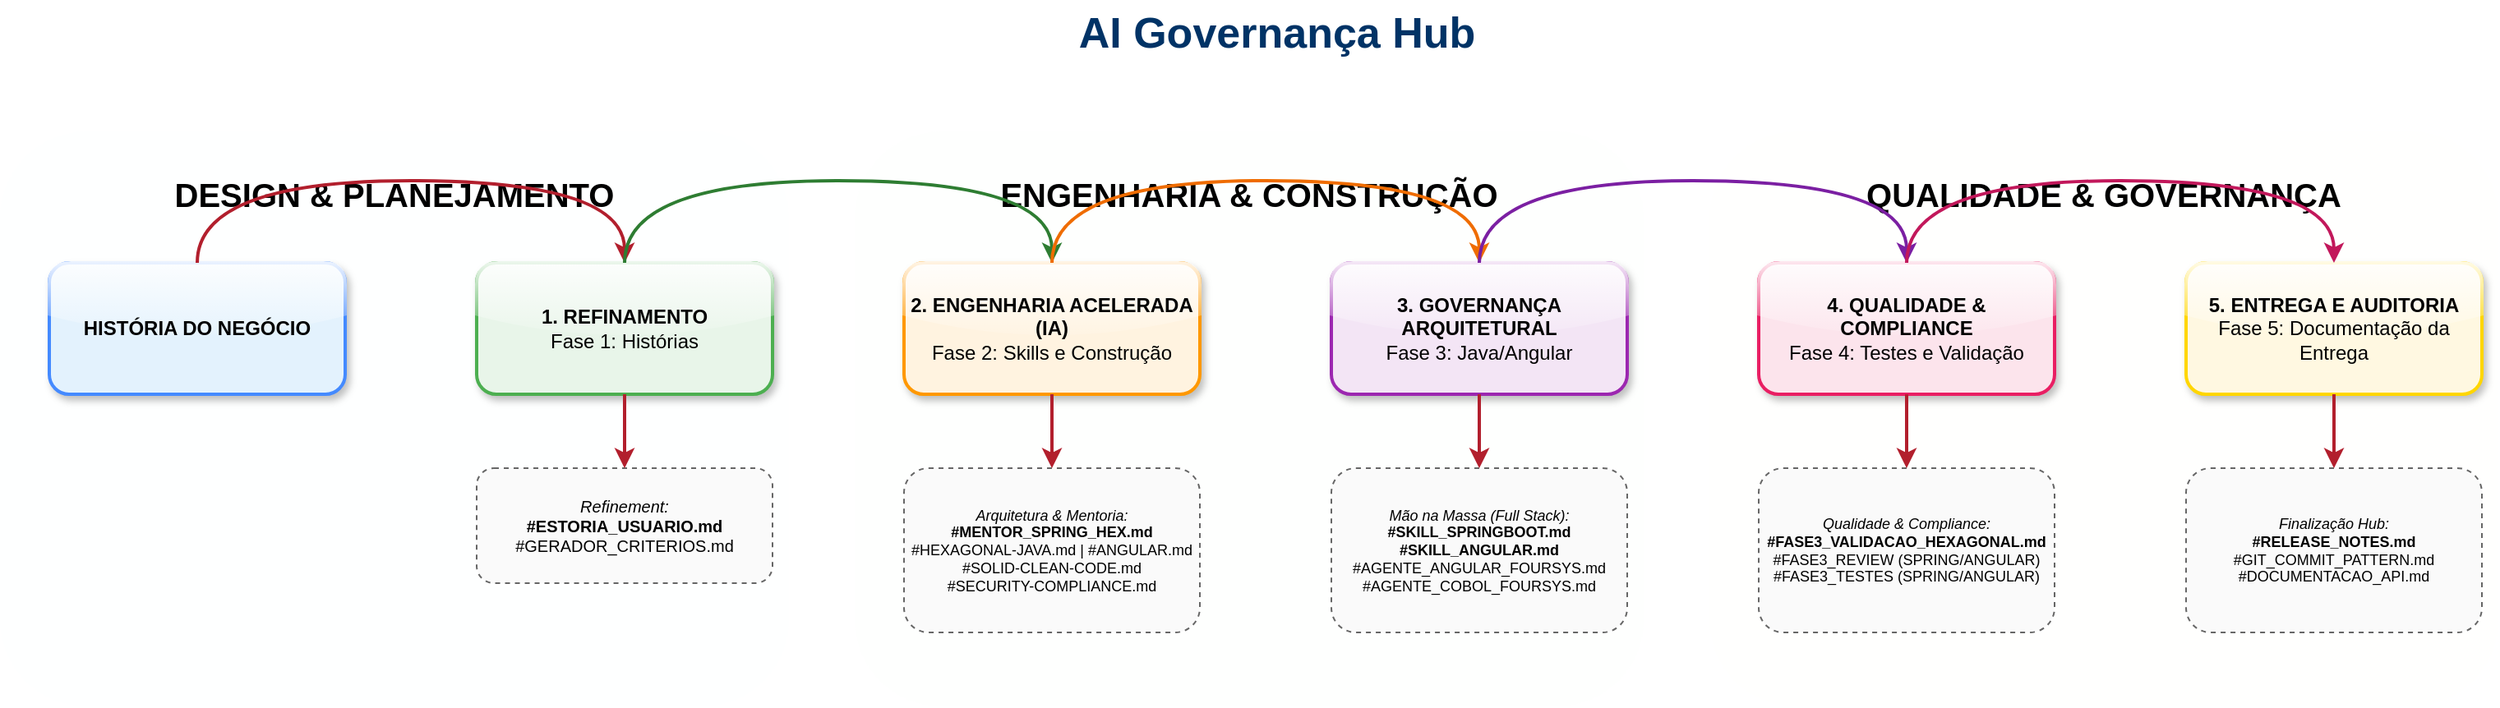
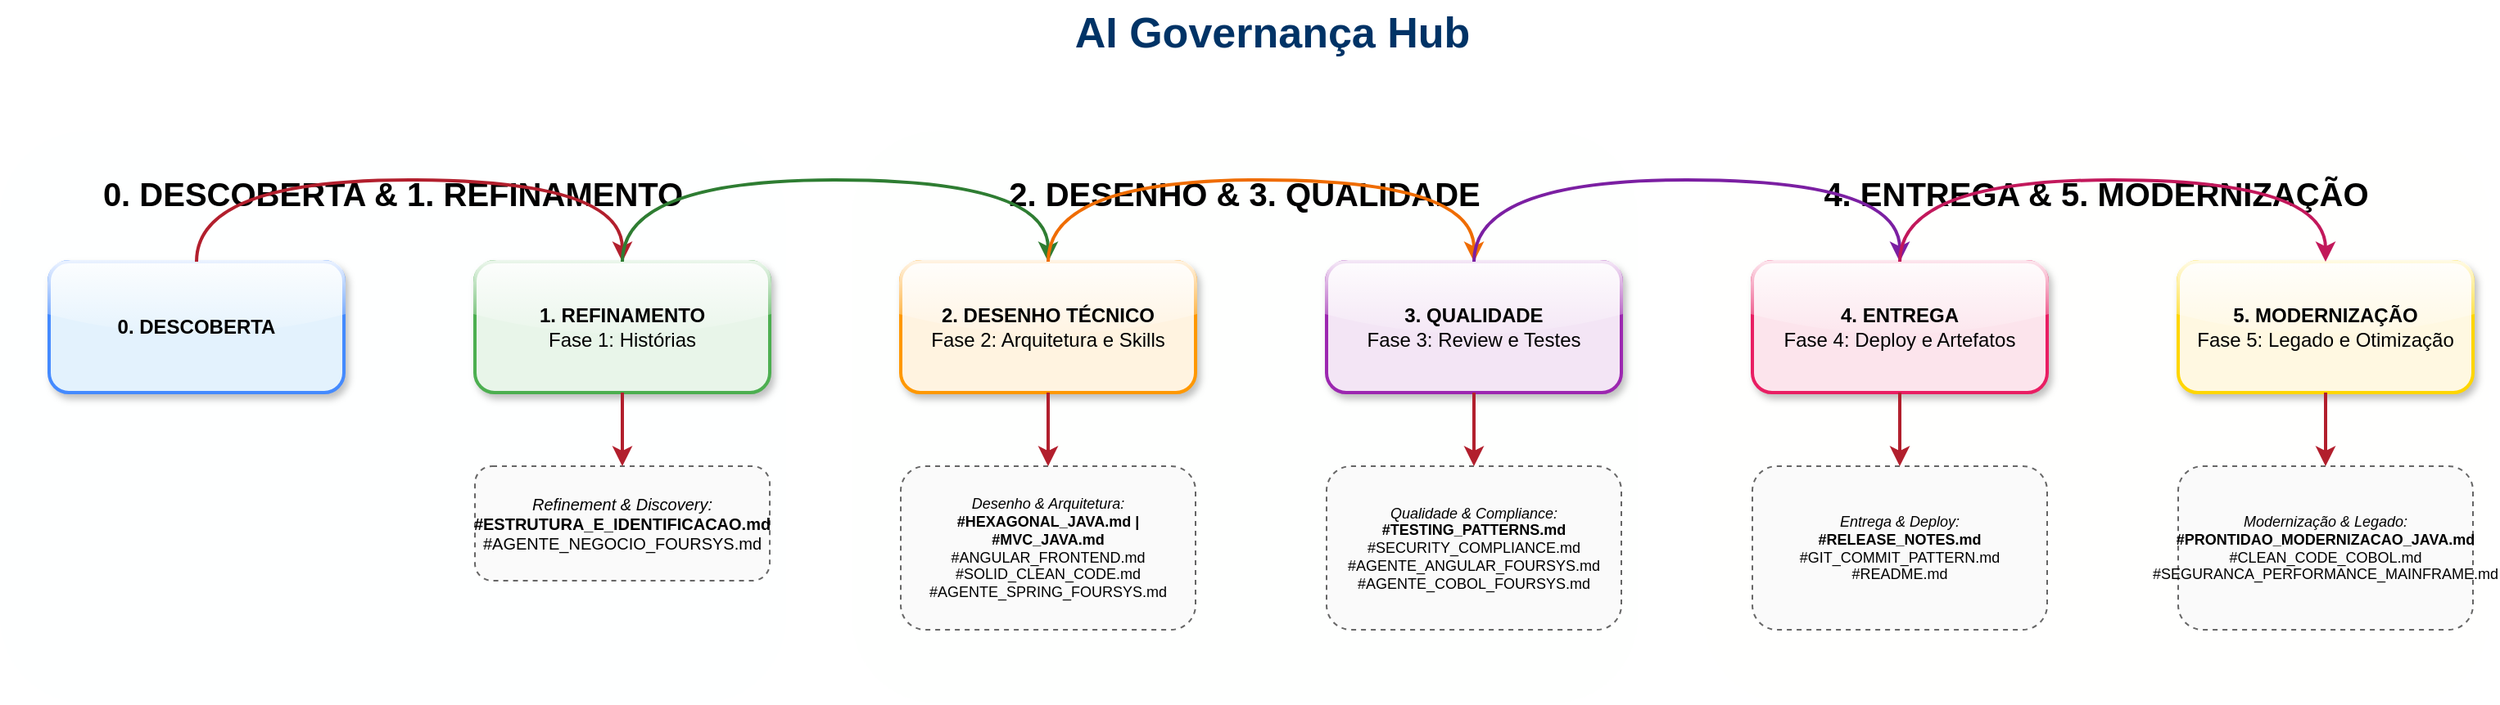
- ﻿<mxfile host="Electron" version="21.6.8" type="device">
+ <mxfile host="Electron" version="21.6.8" type="device">
  <diagram id="fluxo-enterprise-v1-2" name="Esteira Enterprise Alta Fidelidade">
    <mxGraphModel dx="1422" dy="794" grid="1" gridSize="10" guides="1" tooltips="1" connect="1" arrows="1" fold="1" page="1" pageScale="1" pageWidth="1654" pageHeight="1169" math="0" shadow="0">
      <root>
        <mxCell id="0" />
        <mxCell id="1" parent="0" />

        <!-- Título Corporativo -->
        <mxCell id="title" value="AI Governança Hub" style="text;html=1;strokeColor=none;fillColor=none;align=center;verticalAlign=middle;whiteSpace=wrap;rounded=0;fontSize=26;fontStyle=1;fontColor=#003366;" vertex="1" parent="1">
          <mxGeometry x="527" y="40" width="600" height="40" as="geometry" />
        </mxCell>

        <!-- ZONAS DE WORKFLOW (SWIMLANES DE FUNDO) -->
-         <mxCell id="zone1" value="DESIGN &amp; PLANEJAMENTO" style="rounded=1;whiteSpace=wrap;html=1;fillColor=#E3F2FD;strokeColor=none;opacity=5;fontSize=20;fontStyle=1;align=center;verticalAlign=top;spacingTop=20;" vertex="1" parent="1">
+         <mxCell id="zone1" value="0. DESCOBERTA &amp;amp; 1. REFINAMENTO" style="rounded=1;whiteSpace=wrap;html=1;fillColor=#E3F2FD;strokeColor=none;opacity=5;fontSize=20;fontStyle=1;align=center;verticalAlign=top;spacingTop=20;" vertex="1" parent="1">
          <mxGeometry x="50" y="120" width="480" height="350" as="geometry" />
        </mxCell>
-         <mxCell id="zone2" value="ENGENHARIA &amp; CONSTRUÇÃO" style="rounded=1;whiteSpace=wrap;html=1;fillColor=#E8F5E9;strokeColor=none;opacity=5;fontSize=20;fontStyle=1;align=center;verticalAlign=top;spacingTop=20;" vertex="1" parent="1">
+         <mxCell id="zone2" value="2. DESENHO &amp;amp; 3. QUALIDADE" style="rounded=1;whiteSpace=wrap;html=1;fillColor=#E8F5E9;strokeColor=none;opacity=5;fontSize=20;fontStyle=1;align=center;verticalAlign=top;spacingTop=20;" vertex="1" parent="1">
          <mxGeometry x="570" y="120" width="480" height="350" as="geometry" />
        </mxCell>
-         <mxCell id="zone3" value="QUALIDADE &amp; GOVERNANÇA" style="rounded=1;whiteSpace=wrap;html=1;fillColor=#FFF3E0;strokeColor=none;opacity=5;fontSize=20;fontStyle=1;align=center;verticalAlign=top;spacingTop=20;" vertex="1" parent="1">
+         <mxCell id="zone3" value="4. ENTREGA &amp;amp; 5. MODERNIZAÇÃO" style="rounded=1;whiteSpace=wrap;html=1;fillColor=#FFF3E0;strokeColor=none;opacity=5;fontSize=20;fontStyle=1;align=center;verticalAlign=top;spacingTop=20;" vertex="1" parent="1">
          <mxGeometry x="1090" y="120" width="480" height="350" as="geometry" />
        </mxCell>

        <!-- CAMADA 1: ETAPAS PRINCIPAIS -->
-         <mxCell id="step1" value="&lt;b&gt;HISTÓRIA DO NEGÓCIO&lt;/b&gt;" style="rounded=1;whiteSpace=wrap;html=1;fillColor=#E3F2FD;strokeColor=#448AFF;strokeWidth=2;shadow=1;glass=1;" vertex="1" parent="1">
+         <mxCell id="step1" value="&lt;b&gt;0. DESCOBERTA&lt;/b&gt;" style="rounded=1;whiteSpace=wrap;html=1;fillColor=#E3F2FD;strokeColor=#448AFF;strokeWidth=2;shadow=1;glass=1;" vertex="1" parent="1">
          <mxGeometry x="80" y="200" width="180" height="80" as="geometry" />
        </mxCell>
        <mxCell id="step2" value="&lt;b&gt;1. REFINAMENTO&lt;/b&gt;&lt;br&gt;Fase 1: Histórias" style="rounded=1;whiteSpace=wrap;html=1;fillColor=#E8F5E9;strokeColor=#4CAF50;strokeWidth=2;shadow=1;glass=1;" vertex="1" parent="1">
          <mxGeometry x="340" y="200" width="180" height="80" as="geometry" />
        </mxCell>
-         <mxCell id="step3" value="&lt;b&gt;2. ENGENHARIA ACELERADA (IA)&lt;/b&gt;&lt;br&gt;Fase 2: Skills e Construção" style="rounded=1;whiteSpace=wrap;html=1;fillColor=#FFF3E0;strokeColor=#FF9800;strokeWidth=2;shadow=1;glass=1;" vertex="1" parent="1">
+         <mxCell id="step3" value="&lt;b&gt;2. DESENHO TÉCNICO&lt;/b&gt;&lt;br&gt;Fase 2: Arquitetura e Skills" style="rounded=1;whiteSpace=wrap;html=1;fillColor=#FFF3E0;strokeColor=#FF9800;strokeWidth=2;shadow=1;glass=1;" vertex="1" parent="1">
          <mxGeometry x="600" y="200" width="180" height="80" as="geometry" />
        </mxCell>
-         <mxCell id="step4" value="&lt;b&gt;3. GOVERNANÇA ARQUITETURAL&lt;/b&gt;&lt;br&gt;Fase 3: Java/Angular" style="rounded=1;whiteSpace=wrap;html=1;fillColor=#F3E5F5;strokeColor=#9C27B0;strokeWidth=2;shadow=1;glass=1;" vertex="1" parent="1">
+         <mxCell id="step4" value="&lt;b&gt;3. QUALIDADE&lt;/b&gt;&lt;br&gt;Fase 3: Review e Testes" style="rounded=1;whiteSpace=wrap;html=1;fillColor=#F3E5F5;strokeColor=#9C27B0;strokeWidth=2;shadow=1;glass=1;" vertex="1" parent="1">
          <mxGeometry x="860" y="200" width="180" height="80" as="geometry" />
        </mxCell>
-         <mxCell id="step5" value="&lt;b&gt;4. QUALIDADE &amp; COMPLIANCE&lt;/b&gt;&lt;br&gt;Fase 4: Testes e Validação" style="rounded=1;whiteSpace=wrap;html=1;fillColor=#FCE4EC;strokeColor=#E91E63;strokeWidth=2;shadow=1;glass=1;" vertex="1" parent="1">
+         <mxCell id="step5" value="&lt;b&gt;4. ENTREGA&lt;/b&gt;&lt;br&gt;Fase 4: Deploy e Artefatos" style="rounded=1;whiteSpace=wrap;html=1;fillColor=#FCE4EC;strokeColor=#E91E63;strokeWidth=2;shadow=1;glass=1;" vertex="1" parent="1">
          <mxGeometry x="1120" y="200" width="180" height="80" as="geometry" />
        </mxCell>
-         <mxCell id="step6" value="&lt;b&gt;5. ENTREGA E AUDITORIA&lt;/b&gt;&lt;br&gt;Fase 5: Documentação da Entrega" style="rounded=1;whiteSpace=wrap;html=1;fillColor=#FFF8E1;strokeColor=#FFD600;strokeWidth=2;shadow=1;glass=1;" vertex="1" parent="1">
+         <mxCell id="step6" value="&lt;b&gt;5. MODERNIZAÇÃO&lt;/b&gt;&lt;br&gt;Fase 5: Legado e Otimização" style="rounded=1;whiteSpace=wrap;html=1;fillColor=#FFF8E1;strokeColor=#FFD600;strokeWidth=2;shadow=1;glass=1;" vertex="1" parent="1">
          <mxGeometry x="1380" y="200" width="180" height="80" as="geometry" />
        </mxCell>

        <!-- CAMADA 2: ATIVOS DO HUB (ALTA FIDELIDADE V1.2) -->

-         <mxCell id="asset2" value="&lt;i&gt;Refinement:&lt;/i&gt;&lt;br&gt;&lt;b&gt;#ESTORIA_USUARIO.md&lt;/b&gt;&lt;br&gt;#GERADOR_CRITERIOS.md" style="rounded=1;whiteSpace=wrap;html=1;fillColor=#FAFAFA;strokeColor=#666666;strokeWidth=1;fontSize=10;dashed=1;" vertex="1" parent="1">
+         <mxCell id="asset2" value="&lt;i&gt;Refinement &amp;amp; Discovery:&lt;/i&gt;&lt;br&gt;&lt;b&gt;#ESTRUTURA_E_IDENTIFICACAO.md&lt;/b&gt;&lt;br&gt;#AGENTE_NEGOCIO_FOURSYS.md" style="rounded=1;whiteSpace=wrap;html=1;fillColor=#FAFAFA;strokeColor=#666666;strokeWidth=1;fontSize=10;dashed=1;" vertex="1" parent="1">
          <mxGeometry x="340" y="325" width="180" height="70" as="geometry" />
        </mxCell>
-         <mxCell id="asset3" value="&lt;i&gt;Arquitetura &amp; Mentoria:&lt;/i&gt;&lt;br&gt;&lt;b&gt;#MENTOR_SPRING_HEX.md&lt;/b&gt;&lt;br&gt;#HEXAGONAL-JAVA.md | #ANGULAR.md&lt;br&gt;#SOLID-CLEAN-CODE.md&lt;br&gt;#SECURITY-COMPLIANCE.md" style="rounded=1;whiteSpace=wrap;html=1;fillColor=#FAFAFA;strokeColor=#666666;strokeWidth=1;fontSize=9;dashed=1;" vertex="1" parent="1">
+         <mxCell id="asset3" value="&lt;i&gt;Desenho &amp;amp; Arquitetura:&lt;/i&gt;&lt;br&gt;&lt;b&gt;#HEXAGONAL_JAVA.md | #MVC_JAVA.md&lt;/b&gt;&lt;br&gt;#ANGULAR_FRONTEND.md&lt;br&gt;#SOLID_CLEAN_CODE.md&lt;br&gt;#AGENTE_SPRING_FOURSYS.md" style="rounded=1;whiteSpace=wrap;html=1;fillColor=#FAFAFA;strokeColor=#666666;strokeWidth=1;fontSize=9;dashed=1;" vertex="1" parent="1">
          <mxGeometry x="600" y="325" width="180" height="100" as="geometry" />
        </mxCell>
-         <mxCell id="asset4" value="&lt;i&gt;Mão na Massa (Full Stack):&lt;/i&gt;&lt;br&gt;&lt;b&gt;#SKILL_SPRINGBOOT.md&lt;/b&gt;&lt;br&gt;&lt;b&gt;#SKILL_ANGULAR.md&lt;/b&gt;&lt;br&gt;#AGENTE_ANGULAR_FOURSYS.md&lt;br&gt;#AGENTE_COBOL_FOURSYS.md" style="rounded=1;whiteSpace=wrap;html=1;fillColor=#FAFAFA;strokeColor=#666666;strokeWidth=1;fontSize=9;dashed=1;" vertex="1" parent="1">
+         <mxCell id="asset4" value="&lt;i&gt;Qualidade &amp;amp; Compliance:&lt;/i&gt;&lt;br&gt;&lt;b&gt;#TESTING_PATTERNS.md&lt;/b&gt;&lt;br&gt;#SECURITY_COMPLIANCE.md&lt;br&gt;#AGENTE_ANGULAR_FOURSYS.md&lt;br&gt;#AGENTE_COBOL_FOURSYS.md" style="rounded=1;whiteSpace=wrap;html=1;fillColor=#FAFAFA;strokeColor=#666666;strokeWidth=1;fontSize=9;dashed=1;" vertex="1" parent="1">
          <mxGeometry x="860" y="325" width="180" height="100" as="geometry" />
        </mxCell>
-         <mxCell id="asset5" value="&lt;i&gt;Qualidade &amp; Compliance:&lt;/i&gt;&lt;br&gt;&lt;b&gt;#FASE3_VALIDACAO_HEXAGONAL.md&lt;/b&gt;&lt;br&gt;#FASE3_REVIEW (SPRING/ANGULAR)&lt;br&gt;#FASE3_TESTES (SPRING/ANGULAR)" style="rounded=1;whiteSpace=wrap;html=1;fillColor=#FAFAFA;strokeColor=#666666;strokeWidth=1;fontSize=9;dashed=1;" vertex="1" parent="1">
+         <mxCell id="asset5" value="&lt;i&gt;Entrega &amp;amp; Deploy:&lt;/i&gt;&lt;br&gt;&lt;b&gt;#RELEASE_NOTES.md&lt;/b&gt;&lt;br&gt;#GIT_COMMIT_PATTERN.md&lt;br&gt;#README.md" style="rounded=1;whiteSpace=wrap;html=1;fillColor=#FAFAFA;strokeColor=#666666;strokeWidth=1;fontSize=9;dashed=1;" vertex="1" parent="1">
          <mxGeometry x="1120" y="325" width="180" height="100" as="geometry" />
        </mxCell>
-         <mxCell id="asset6" value="&lt;i&gt;Finalização Hub:&lt;/i&gt;&lt;br&gt;&lt;b&gt;#RELEASE_NOTES.md&lt;/b&gt;&lt;br&gt;#GIT_COMMIT_PATTERN.md&lt;br&gt;#DOCUMENTACAO_API.md" style="rounded=1;whiteSpace=wrap;html=1;fillColor=#FAFAFA;strokeColor=#666666;strokeWidth=1;fontSize=9;dashed=1;" vertex="1" parent="1">
+         <mxCell id="asset6" value="&lt;i&gt;Modernização &amp;amp; Legado:&lt;/i&gt;&lt;br&gt;&lt;b&gt;#PRONTIDAO_MODERNIZACAO_JAVA.md&lt;/b&gt;&lt;br&gt;#CLEAN_CODE_COBOL.md&lt;br&gt;#SEGURANCA_PERFORMANCE_MAINFRAME.md" style="rounded=1;whiteSpace=wrap;html=1;fillColor=#FAFAFA;strokeColor=#666666;strokeWidth=1;fontSize=9;dashed=1;" vertex="1" parent="1">
          <mxGeometry x="1380" y="325" width="180" height="100" as="geometry" />
        </mxCell>

        <!-- Conectores Executivos (Dark Red) -->

        <mxCell id="c2" edge="1" parent="1" source="step2" target="asset2" style="edgeStyle=none;rounded=0;orthogonalLoop=1;jettySize=auto;html=1;strokeColor=#B21F2D;strokeWidth=2;endArrow=classic;startArrow=none;">
          <mxGeometry relative="1" as="geometry" />
        </mxCell>
        <mxCell id="c3" edge="1" parent="1" source="step3" target="asset3" style="edgeStyle=none;rounded=0;orthogonalLoop=1;jettySize=auto;html=1;strokeColor=#B21F2D;strokeWidth=2;endArrow=classic;startArrow=none;">
          <mxGeometry relative="1" as="geometry" />
        </mxCell>
        <mxCell id="c4" edge="1" parent="1" source="step4" target="asset4" style="edgeStyle=none;rounded=0;orthogonalLoop=1;jettySize=auto;html=1;strokeColor=#B21F2D;strokeWidth=2;endArrow=classic;startArrow=none;">
          <mxGeometry relative="1" as="geometry" />
        </mxCell>
        <mxCell id="c5" edge="1" parent="1" source="step5" target="asset5" style="edgeStyle=none;rounded=0;orthogonalLoop=1;jettySize=auto;html=1;strokeColor=#B21F2D;strokeWidth=2;endArrow=classic;startArrow=none;">
          <mxGeometry relative="1" as="geometry" />
        </mxCell>
        <mxCell id="c6" edge="1" parent="1" source="step6" target="asset6" style="edgeStyle=none;rounded=0;orthogonalLoop=1;jettySize=auto;html=1;strokeColor=#B21F2D;strokeWidth=2;endArrow=classic;startArrow=none;">
          <mxGeometry relative="1" as="geometry" />
        </mxCell>

        <!-- SETAS DE FLUXO (IDA) -->
        <mxCell id="f1" edge="1" parent="1" source="step1" target="step2" style="edgeStyle=orthogonalEdgeStyle;rounded=1;orthogonalLoop=1;jettySize=auto;html=1;strokeWidth=2;strokeColor=#B21F2D;curved=1;">
          <mxGeometry relative="1" as="geometry">
            <Array as="points"><mxPoint x="170" y="150" /><mxPoint x="430" y="150" /></Array>
          </mxGeometry>
        </mxCell>
        <mxCell id="f2" edge="1" parent="1" source="step2" target="step3" style="edgeStyle=orthogonalEdgeStyle;rounded=1;orthogonalLoop=1;jettySize=auto;html=1;strokeWidth=2;strokeColor=#2E7D32;curved=1;">
          <mxGeometry relative="1" as="geometry">
            <Array as="points"><mxPoint x="430" y="150" /><mxPoint x="690" y="150" /></Array>
          </mxGeometry>
        </mxCell>
        <mxCell id="f3" edge="1" parent="1" source="step3" target="step4" style="edgeStyle=orthogonalEdgeStyle;rounded=1;orthogonalLoop=1;jettySize=auto;html=1;strokeWidth=2;strokeColor=#EF6C00;curved=1;">
          <mxGeometry relative="1" as="geometry">
            <Array as="points"><mxPoint x="690" y="150" /><mxPoint x="950" y="150" /></Array>
          </mxGeometry>
        </mxCell>
        <mxCell id="f4" edge="1" parent="1" source="step4" target="step5" style="edgeStyle=orthogonalEdgeStyle;rounded=1;orthogonalLoop=1;jettySize=auto;html=1;strokeWidth=2;strokeColor=#7B1FA2;curved=1;">
          <mxGeometry relative="1" as="geometry">
            <Array as="points"><mxPoint x="950" y="150" /><mxPoint x="1210" y="150" /></Array>
          </mxGeometry>
        </mxCell>
        <mxCell id="f5" edge="1" parent="1" source="step5" target="step6" style="edgeStyle=orthogonalEdgeStyle;rounded=1;orthogonalLoop=1;jettySize=auto;html=1;strokeWidth=2;strokeColor=#C2185B;curved=1;">
          <mxGeometry relative="1" as="geometry">
            <Array as="points"><mxPoint x="1210" y="150" /><mxPoint x="1470" y="150" /></Array>
          </mxGeometry>
        </mxCell>
      </root>
    </mxGraphModel>
  </diagram>
</mxfile>
